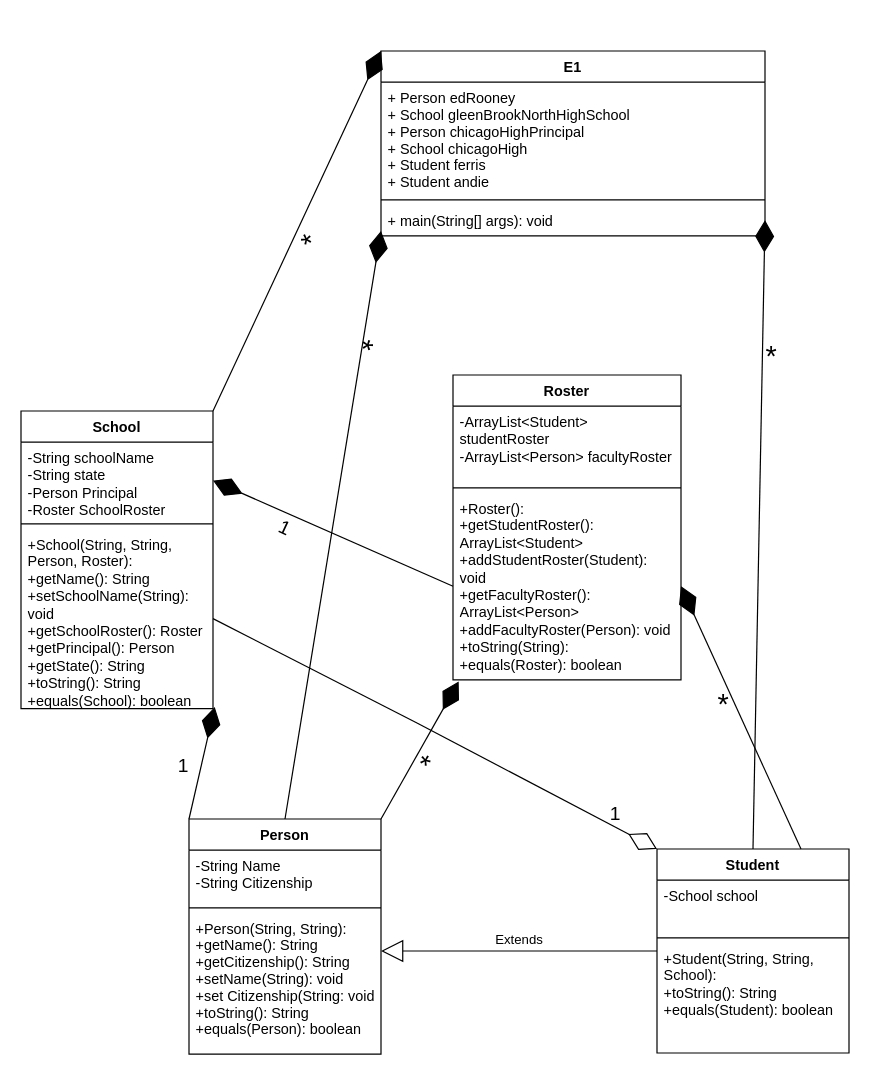
Earlier version of the draw.io diagram Java/Homeworks/E-1/Drawing/Homework E.drawio (Serpent1776/code). Source tidied: cells renumbered, new cells numbered last; positions are measured from the earlier drawing's top-left corner, leaving out a move shared by most shapes. Both pictures are drawn from the tidied source at 120%, with x=0, y=0 at pixel (20, 50).
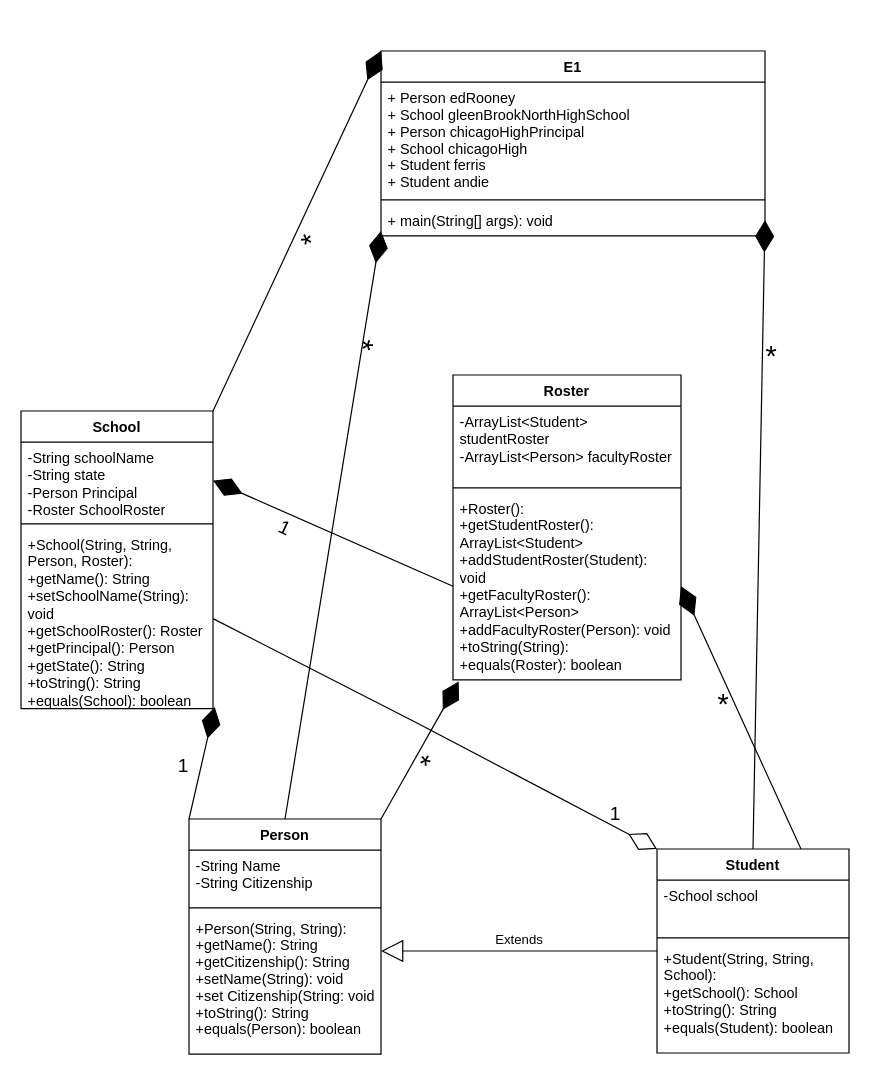
Above is the later version.

Unchanged cells that the change refers to:
```xml
<mxCell id="6" value="Student" style="swimlane;fontStyle=1;align=center;verticalAlign=top;horizontal=1;startSize=26;" parent="1" vertex="1">
  <mxGeometry x="530" y="665" width="160" height="170" as="geometry" />
</mxCell>
```

Diff of the diagram source:
```diff
@@
-    <mxCell id="9" value="+Student(String, String, School):&#10;+toString(): String&#10;+equals(Student): boolean" style="text;strokeColor=none;fillColor=none;align=left;verticalAlign=top;spacingLeft=4;spacingRight=4;overflow=hidden;whiteSpace=wrap;" parent="6" vertex="1">
+    <mxCell id="9" value="+Student(String, String, School):&#10;+getSchool(): School&#10;+toString(): String&#10;+equals(Student): boolean" style="text;strokeColor=none;fillColor=none;align=left;verticalAlign=top;spacingLeft=4;spacingRight=4;overflow=hidden;whiteSpace=wrap;" parent="6" vertex="1">
       <mxGeometry y="78" width="160" height="92" as="geometry" />
     </mxCell>
```
